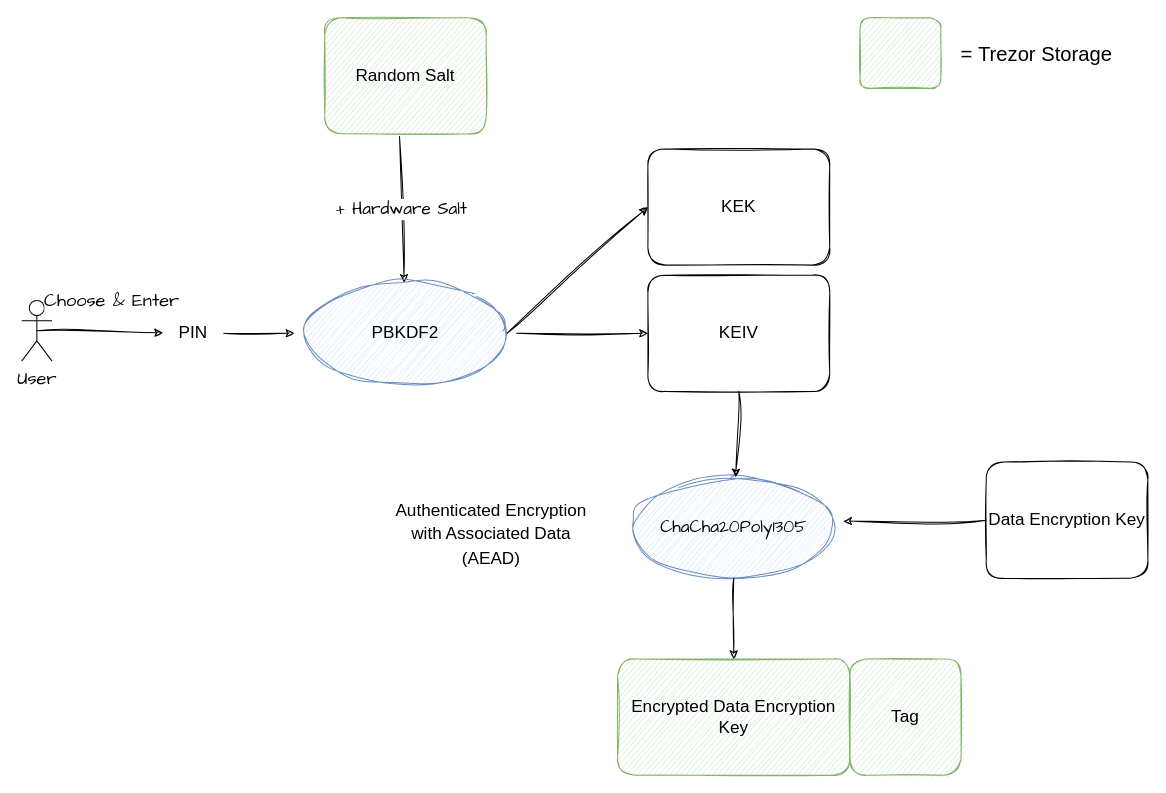
The draw.io diagram page "trezor-encryption-pin" (1 of 2) of schema/wallet/trezor.drawio in rya-sge/access-denied, before the edit. Source tidied: cells renumbered, new cells numbered last; positions are measured from the earlier drawing's top-left corner, leaving out a move shared by most shapes. Both pictures are drawn from the tidied source at 101%, with x=0, y=0 at pixel (21, 17).
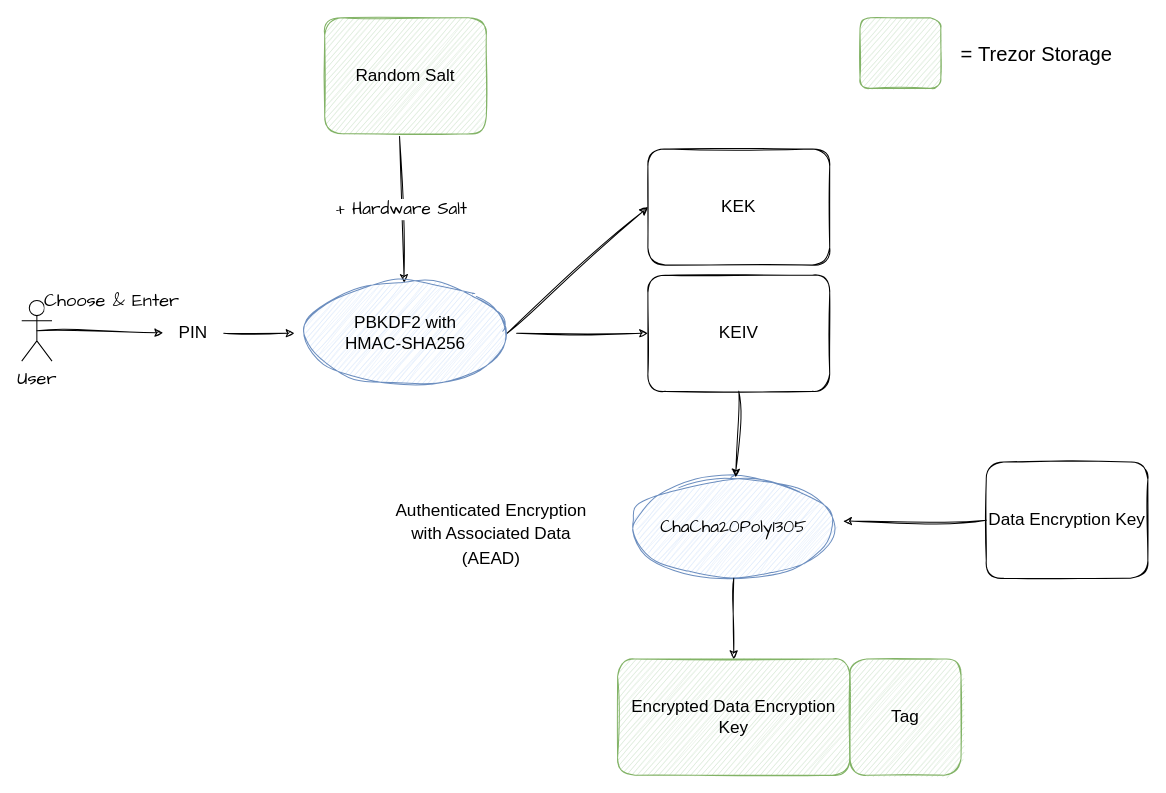
After the change.

What changed in the source:
```diff
@@
-    <mxCell id="21" value="&lt;span style=&quot;font-family: Helvetica;&quot;&gt;PBKDF2&lt;/span&gt;" style="ellipse;whiteSpace=wrap;html=1;sketch=1;hachureGap=4;jiggle=2;fontFamily=Architects Daughter;fontSize=17;fillColor=#dae8fc;strokeColor=#6c8ebf;" parent="1" vertex="1">
+    <mxCell id="21" value="&lt;span style=&quot;font-family: Helvetica;&quot;&gt;PBKDF2 with&lt;br&gt;HMAC-SHA256&lt;br&gt;&lt;/span&gt;" style="ellipse;whiteSpace=wrap;html=1;sketch=1;hachureGap=4;jiggle=2;fontFamily=Architects Daughter;fontSize=17;fillColor=#dae8fc;strokeColor=#6c8ebf;" parent="1" vertex="1">
       <mxGeometry x="270" y="262.5" width="220" height="100" as="geometry" />
     </mxCell>
```
